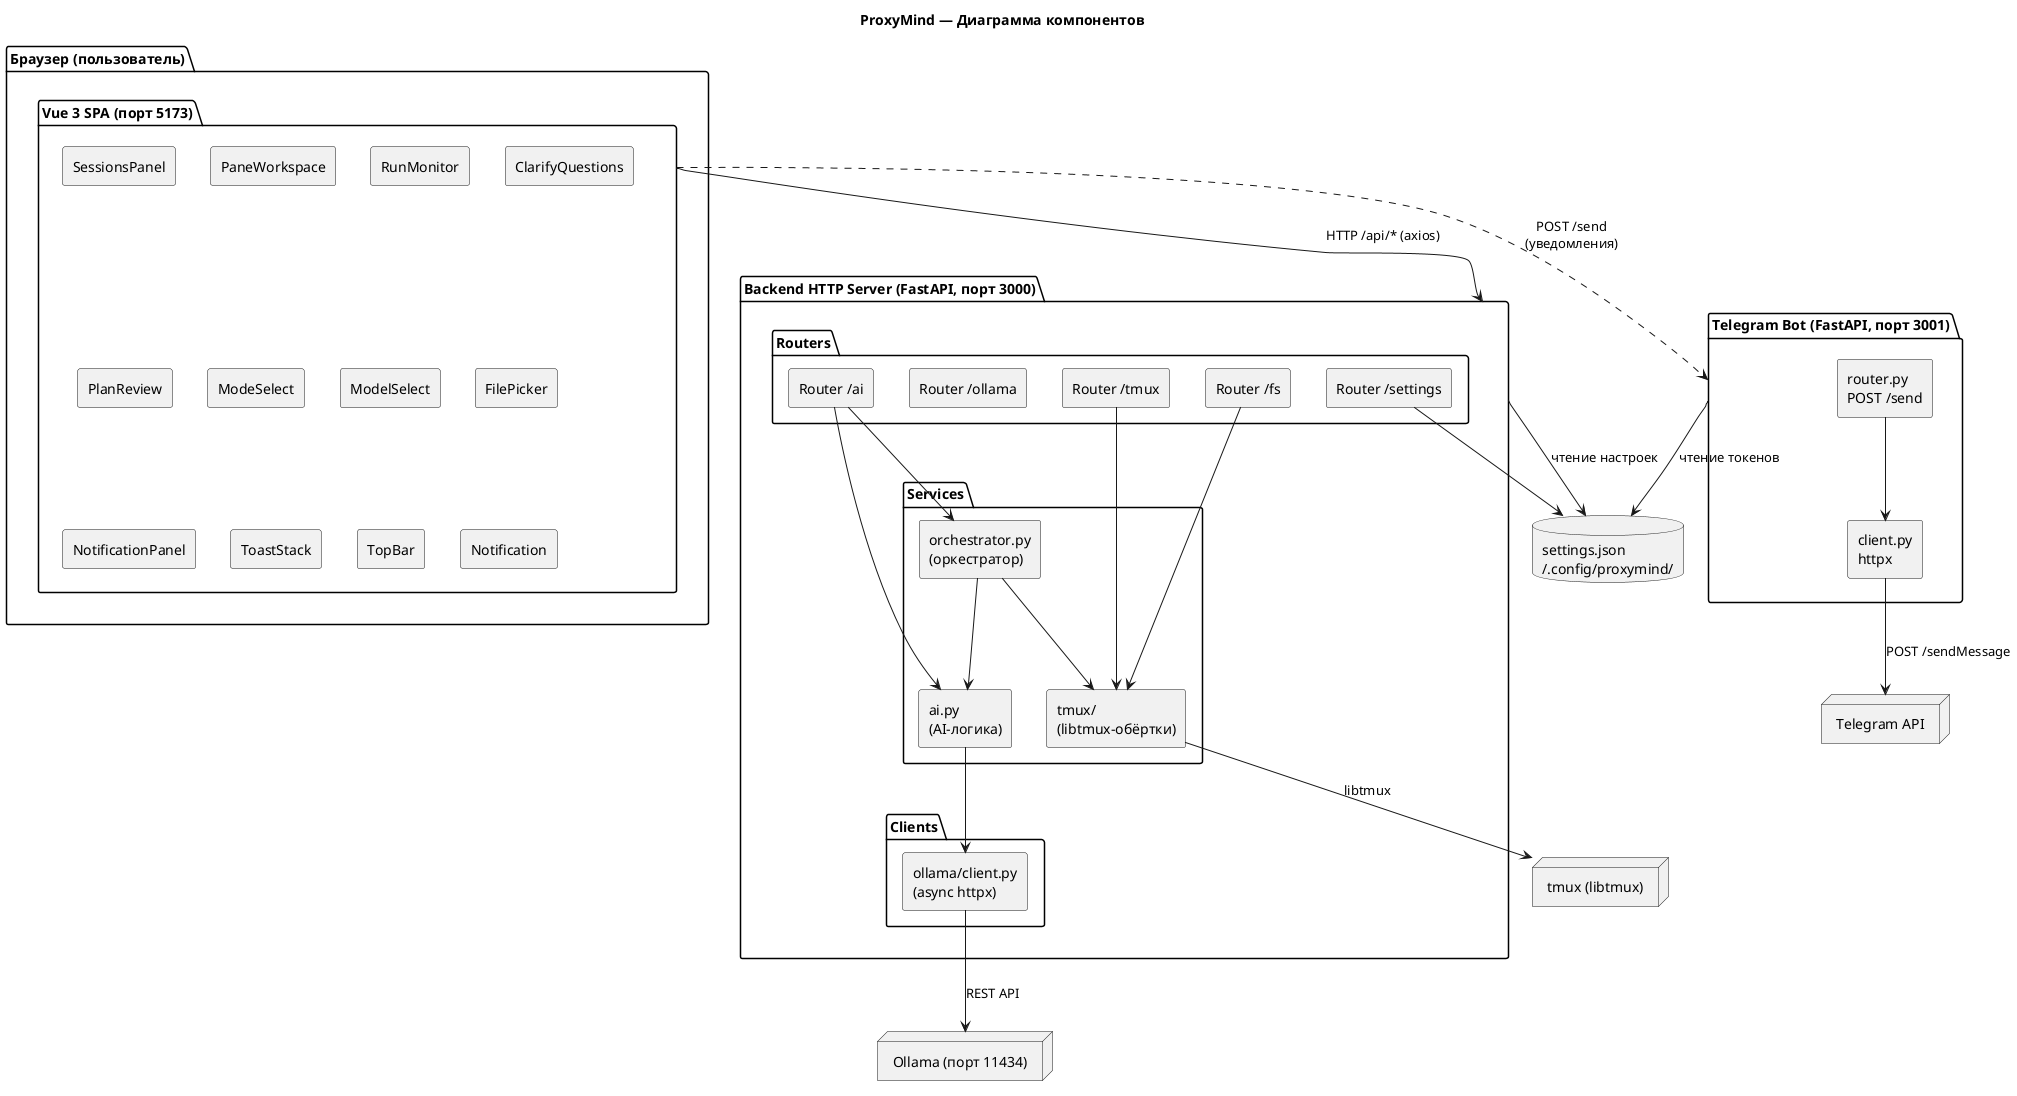
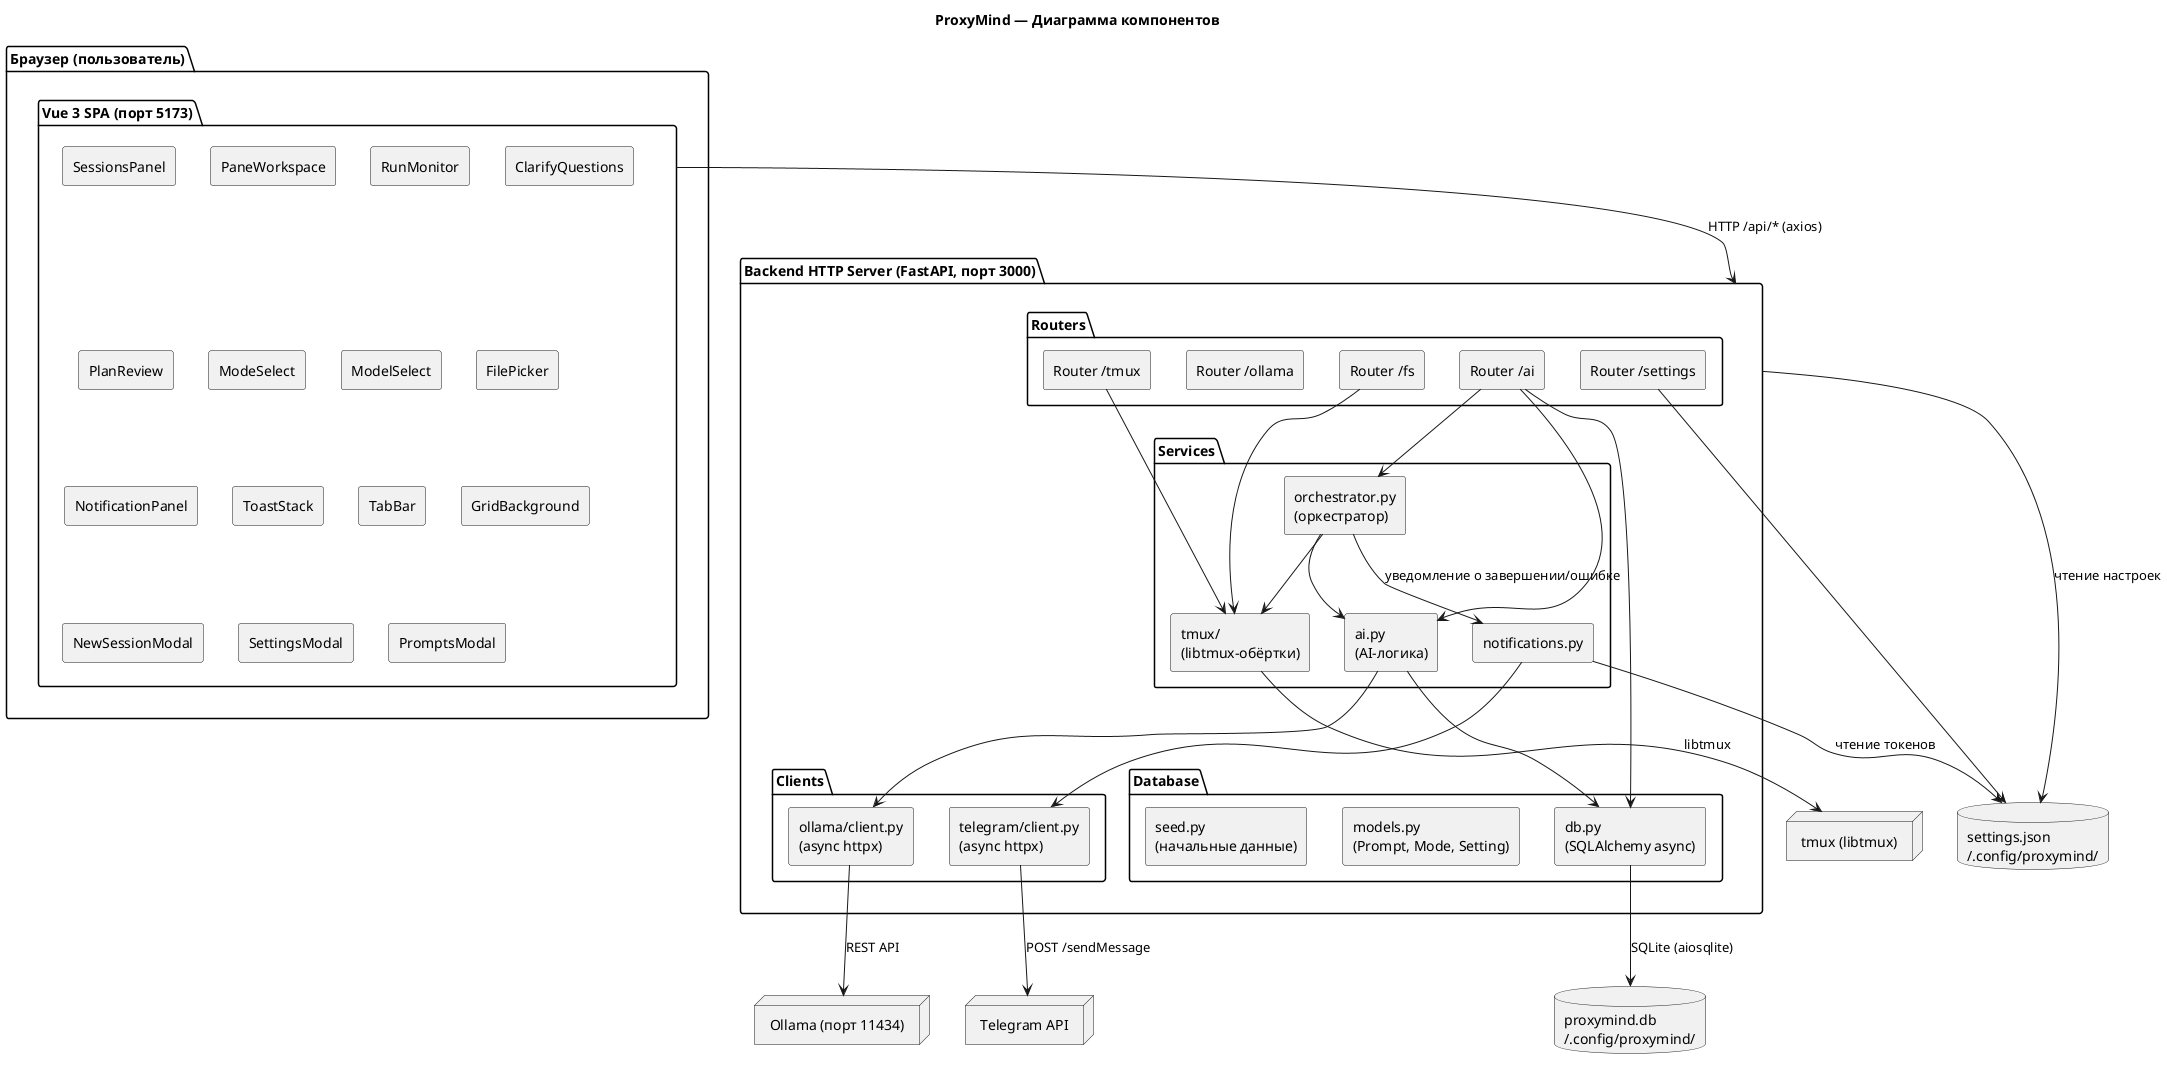
@startuml ProxyMind_Components
title ProxyMind — Диаграмма компонентов

skinparam componentStyle rectangle
skinparam defaultFontName Arial

package "Браузер (пользователь)" {
  package "Vue 3 SPA (порт 5173)" as FE {
    component [SessionsPanel] as SP
    component [PaneWorkspace] as PW
    component [RunMonitor] as RM
    component [ClarifyQuestions] as CQ
    component [PlanReview] as PR
    component [ModeSelect] as MS
    component [ModelSelect] as ML
    component [FilePicker] as FP
    component [NotificationPanel] as NP
    component [ToastStack] as TS
-     component [TopBar] as TB
-     component [Notification] as NT
+     component [TabBar] as TB
+     component [GridBackground] as GB
+     component [NewSessionModal] as NSM
+     component [SettingsModal] as STM
+     component [PromptsModal] as PRM
  }
}

package "Backend HTTP Server (FastAPI, порт 3000)" as BE {
  package "Routers" {
    component [Router /ai] as RAI
    component [Router /tmux] as RTX
    component [Router /fs] as RFS
    component [Router /ollama] as ROL
    component [Router /settings] as RST
  }
  package "Services" {
    component [ai.py\n(AI-логика)] as SAI
    component [orchestrator.py\n(оркестратор)] as ORC
    component [tmux/\n(libtmux-обёртки)] as STX
+     component [notifications.py] as SNT
  }
  package "Clients" {
    component [ollama/client.py\n(async httpx)] as OCL
+     component [telegram/client.py\n(async httpx)] as TGC
+   }
+   package "Database" {
+     component [db.py\n(SQLAlchemy async)] as DBC
+     component [models.py\n(Prompt, Mode, Setting)] as DBM
+     component [seed.py\n(начальные данные)] as DBS
  }
}

- package "Telegram Bot (FastAPI, порт 3001)" as TGB {
-   component [router.py\nPOST /send] as TGR
-   component [client.py\nhttpx] as TGC
- }
- 
+ database "proxymind.db\n~/.config/proxymind/" as SQLITE
database "settings.json\n~/.config/proxymind/" as CFG

node "Ollama (порт 11434)" as OLL
node "tmux (libtmux)" as TMX
node "Telegram API" as TGAPI

FE --> BE : HTTP /api/* (axios)
RAI --> SAI
RAI --> ORC
RTX --> STX
RFS --> STX
RST --> CFG
+ RAI --> DBC
+ SAI --> DBC

SAI --> OCL
ORC --> SAI
ORC --> STX

OCL --> OLL : REST API
STX --> TMX : libtmux

BE --> CFG : чтение настроек
- TGB --> CFG : чтение токенов
- TGR --> TGC
+ DBC --> SQLITE : SQLite (aiosqlite)
+ 
+ ORC --> SNT : уведомление о завершении/ошибке
+ SNT --> TGC
+ SNT --> CFG : чтение токенов
TGC --> TGAPI : POST /sendMessage
- 
- FE ..> TGB : POST /send\n(уведомления)
@enduml
